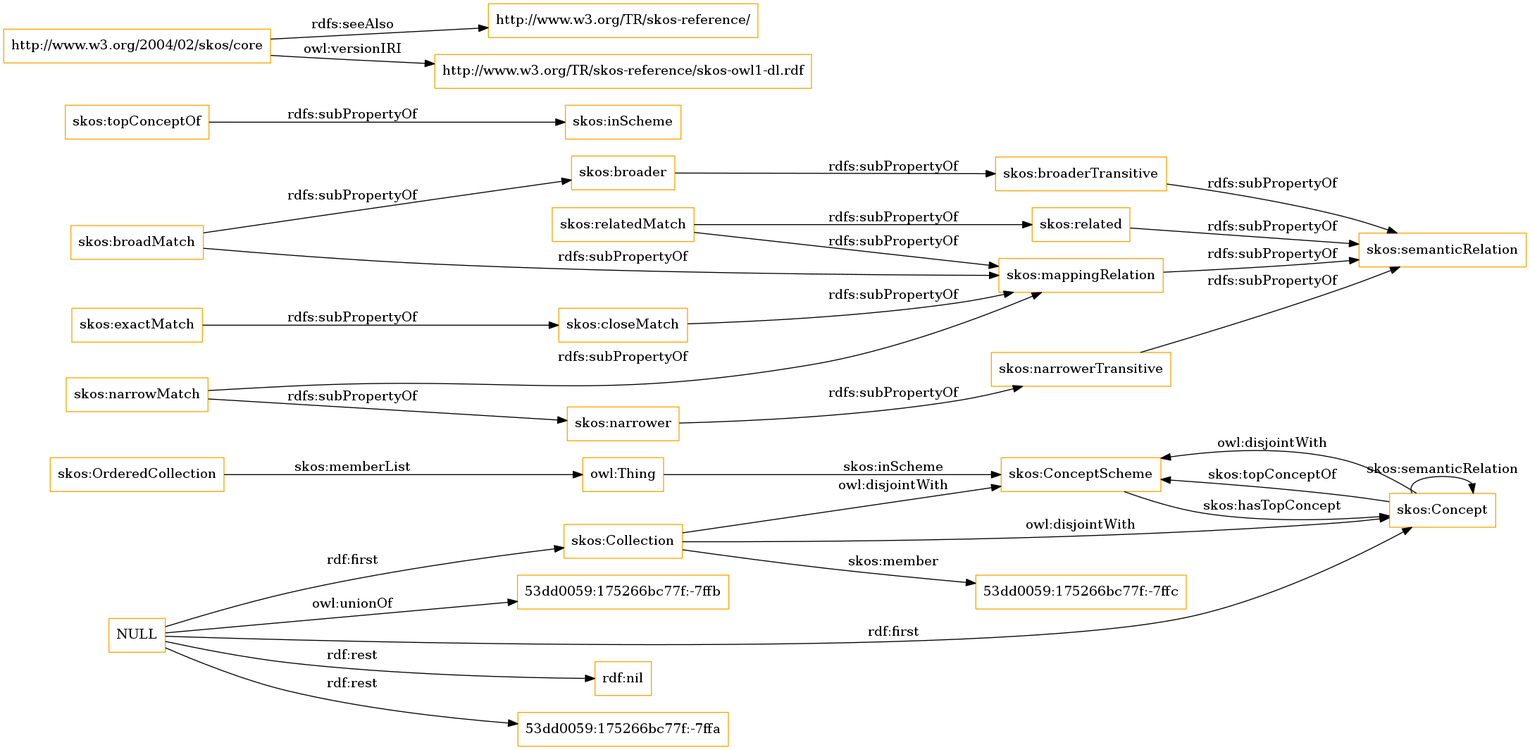
This is OnToology/imports/skos.owl/diagrams/ar2dtool-class/skos.owl.png from OnToologyUser/core-ontology-1, a Graphviz export, as it was before one commit. Its source is kept beside it as OnToology/imports/skos.owl/diagrams/ar2dtool-class/skos.owl.png.dot.
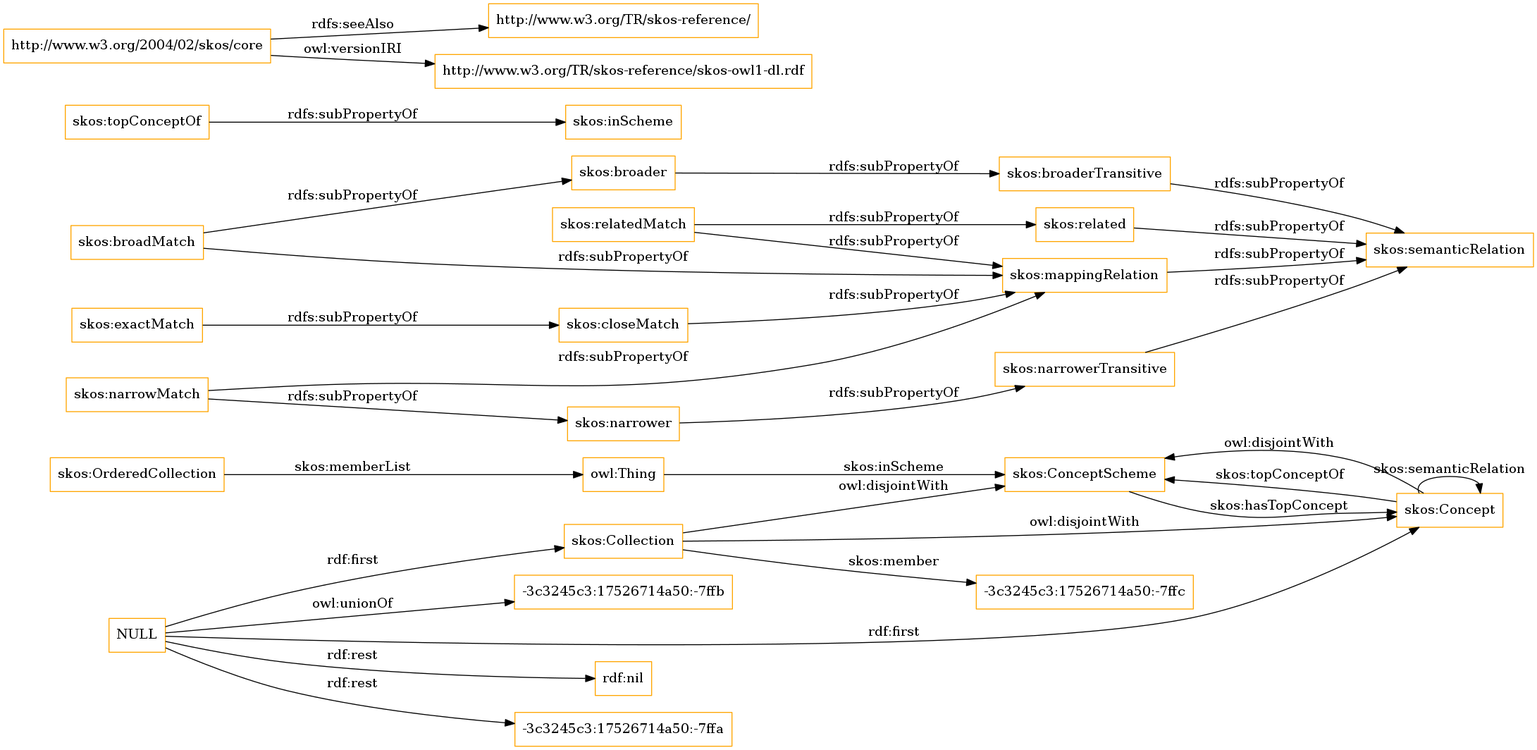
After the change.

Diff of the diagram source:
```diff
@@ -1,13 +1,13 @@
 digraph ar2dtool_diagram {
 rankdir=LR;
 size="1501"
-node [shape = rectangle, color="orange"]; "skos:OrderedCollection" "skos:ConceptScheme" "skos:Concept" "skos:Collection" "53dd0059:175266bc77f:-7ffc" ; /*classes style*/
+node [shape = rectangle, color="orange"]; "skos:OrderedCollection" "skos:ConceptScheme" "skos:Concept" "skos:Collection" "-3c3245c3:17526714a50:-7ffc" ; /*classes style*/
 	"skos:narrowerTransitive" -> "skos:semanticRelation" [ label = "rdfs:subPropertyOf" ];
 	"NULL" -> "rdf:nil" [ label = "rdf:rest" ];
 	"NULL" -> "skos:Concept" [ label = "rdf:first" ];
-	"NULL" -> "53dd0059:175266bc77f:-7ffa" [ label = "rdf:rest" ];
+	"NULL" -> "-3c3245c3:17526714a50:-7ffa" [ label = "rdf:rest" ];
 	"NULL" -> "skos:Collection" [ label = "rdf:first" ];
-	"NULL" -> "53dd0059:175266bc77f:-7ffb" [ label = "owl:unionOf" ];
+	"NULL" -> "-3c3245c3:17526714a50:-7ffb" [ label = "owl:unionOf" ];
 	"skos:closeMatch" -> "skos:mappingRelation" [ label = "rdfs:subPropertyOf" ];
 	"skos:Concept" -> "skos:ConceptScheme" [ label = "owl:disjointWith" ];
 	"skos:relatedMatch" -> "skos:related" [ label = "rdfs:subPropertyOf" ];
@@ -30,7 +30,7 @@
 	"skos:OrderedCollection" -> "owl:Thing" [ label = "skos:memberList" ];
 	"skos:Concept" -> "skos:ConceptScheme" [ label = "skos:topConceptOf" ];
 	"skos:Concept" -> "skos:Concept" [ label = "skos:semanticRelation" ];
-	"skos:Collection" -> "53dd0059:175266bc77f:-7ffc" [ label = "skos:member" ];
+	"skos:Collection" -> "-3c3245c3:17526714a50:-7ffc" [ label = "skos:member" ];
 	"skos:ConceptScheme" -> "skos:Concept" [ label = "skos:hasTopConcept" ];
 	"owl:Thing" -> "skos:ConceptScheme" [ label = "skos:inScheme" ];
 
```
